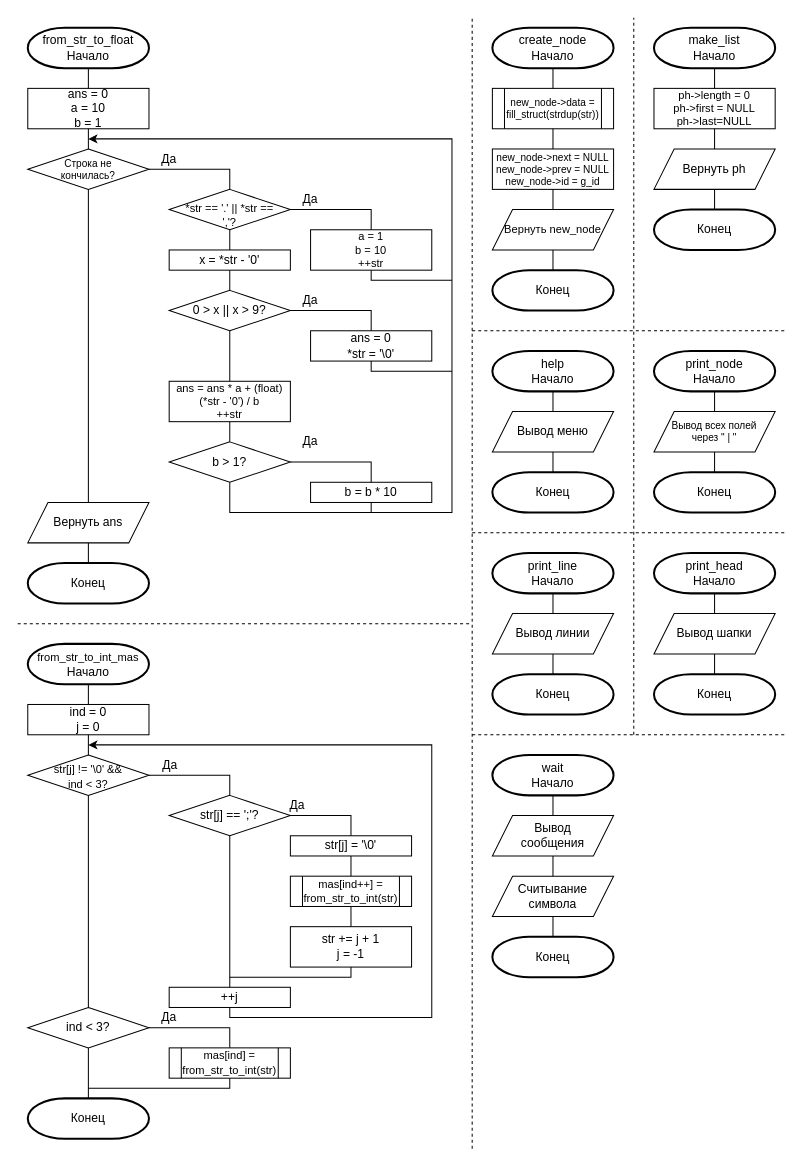
Before: page "from+create+make+help+print+wait(9)" (2 of 11) of images/Схема алгоритма.drawio in DexTver/course_work_sql, a draw.io diagram. Source tidied: cells renumbered, new cells numbered last; positions are measured from the earlier drawing's top-left corner, leaving out a move shared by most shapes. Both pictures are drawn from the tidied source at 101%, with x=0, y=0 at pixel (17, 17).
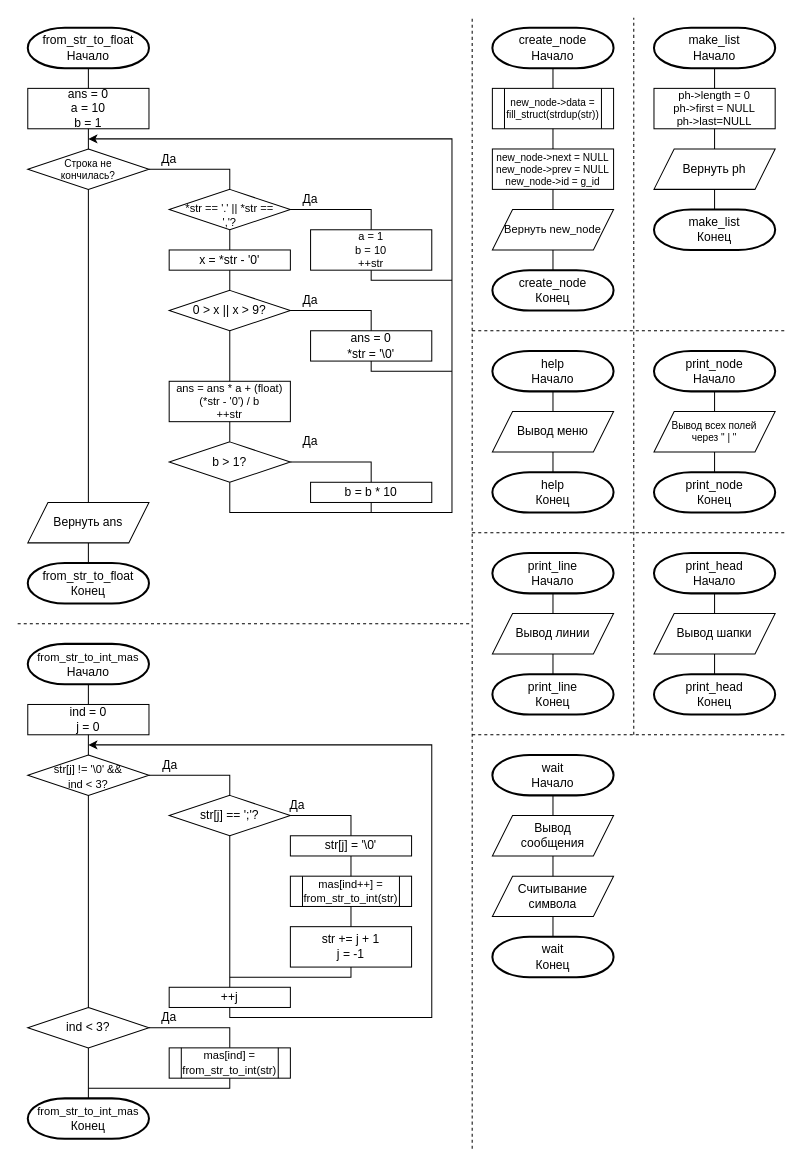
The same page after the edit.

Diff of the diagram source:
```diff
@@
-    <mxCell id="13" value="Конец" style="strokeWidth=2;html=1;shape=mxgraph.flowchart.terminator;whiteSpace=wrap;" parent="1" vertex="1">
+    <mxCell id="13" value="&lt;div&gt;from_str_to_float&lt;/div&gt;Конец" style="strokeWidth=2;html=1;shape=mxgraph.flowchart.terminator;whiteSpace=wrap;" parent="1" vertex="1">
       <mxGeometry x="10" y="540" width="120" height="40" as="geometry" />
     </mxCell>
@@
-    <mxCell id="45" value="Конец" style="strokeWidth=2;html=1;shape=mxgraph.flowchart.terminator;whiteSpace=wrap;" parent="1" vertex="1">
+    <mxCell id="45" value="&lt;div&gt;&lt;span style=&quot;font-size: 11px;&quot;&gt;from_str_to_int_mas&lt;/span&gt;&lt;br&gt;&lt;/div&gt;Конец" style="strokeWidth=2;html=1;shape=mxgraph.flowchart.terminator;whiteSpace=wrap;" parent="1" vertex="1">
       <mxGeometry x="10" y="1070" width="120" height="40" as="geometry" />
     </mxCell>
@@
-    <mxCell id="56" value="Конец" style="strokeWidth=2;html=1;shape=mxgraph.flowchart.terminator;whiteSpace=wrap;" parent="1" vertex="1">
+    <mxCell id="56" value="&lt;div&gt;help&lt;/div&gt;Конец" style="strokeWidth=2;html=1;shape=mxgraph.flowchart.terminator;whiteSpace=wrap;" parent="1" vertex="1">
       <mxGeometry x="470" y="450" width="120" height="40" as="geometry" />
     </mxCell>
@@
-    <mxCell id="62" value="Конец" style="strokeWidth=2;html=1;shape=mxgraph.flowchart.terminator;whiteSpace=wrap;" parent="1" vertex="1">
+    <mxCell id="62" value="&lt;div&gt;wait&lt;/div&gt;Конец" style="strokeWidth=2;html=1;shape=mxgraph.flowchart.terminator;whiteSpace=wrap;" parent="1" vertex="1">
       <mxGeometry x="470" y="910" width="120" height="40" as="geometry" />
     </mxCell>
@@
-    <mxCell id="68" value="Конец" style="strokeWidth=2;html=1;shape=mxgraph.flowchart.terminator;whiteSpace=wrap;" parent="1" vertex="1">
+    <mxCell id="68" value="&lt;div&gt;print_line&lt;/div&gt;Конец" style="strokeWidth=2;html=1;shape=mxgraph.flowchart.terminator;whiteSpace=wrap;" parent="1" vertex="1">
       <mxGeometry x="470" y="650" width="120" height="40" as="geometry" />
     </mxCell>
@@
-    <mxCell id="73" value="Конец" style="strokeWidth=2;html=1;shape=mxgraph.flowchart.terminator;whiteSpace=wrap;" parent="1" vertex="1">
+    <mxCell id="73" value="&lt;div&gt;print_head&lt;/div&gt;Конец" style="strokeWidth=2;html=1;shape=mxgraph.flowchart.terminator;whiteSpace=wrap;" parent="1" vertex="1">
       <mxGeometry x="630" y="650" width="120" height="40" as="geometry" />
     </mxCell>
@@
-    <mxCell id="78" value="Конец" style="strokeWidth=2;html=1;shape=mxgraph.flowchart.terminator;whiteSpace=wrap;" parent="1" vertex="1">
+    <mxCell id="78" value="&lt;div&gt;print_node&lt;/div&gt;Конец" style="strokeWidth=2;html=1;shape=mxgraph.flowchart.terminator;whiteSpace=wrap;" parent="1" vertex="1">
       <mxGeometry x="630" y="450" width="120" height="40" as="geometry" />
     </mxCell>
@@
-    <mxCell id="99" value="Конец" style="strokeWidth=2;html=1;shape=mxgraph.flowchart.terminator;whiteSpace=wrap;" parent="1" vertex="1">
+    <mxCell id="99" value="&lt;div&gt;make_list&lt;/div&gt;Конец" style="strokeWidth=2;html=1;shape=mxgraph.flowchart.terminator;whiteSpace=wrap;" parent="1" vertex="1">
       <mxGeometry x="630" y="190" width="120" height="40" as="geometry" />
     </mxCell>
@@
-    <mxCell id="107" value="Конец" style="strokeWidth=2;html=1;shape=mxgraph.flowchart.terminator;whiteSpace=wrap;" parent="1" vertex="1">
+    <mxCell id="107" value="&lt;div&gt;create_node&lt;/div&gt;Конец" style="strokeWidth=2;html=1;shape=mxgraph.flowchart.terminator;whiteSpace=wrap;" parent="1" vertex="1">
       <mxGeometry x="470" y="250" width="120" height="40" as="geometry" />
     </mxCell>
```
